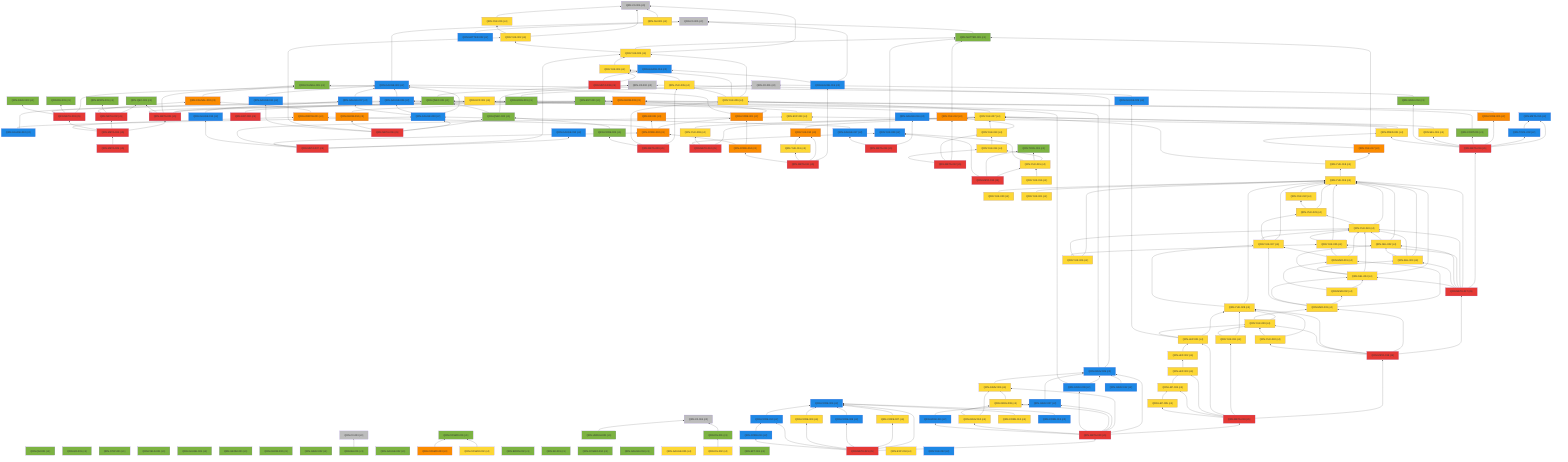
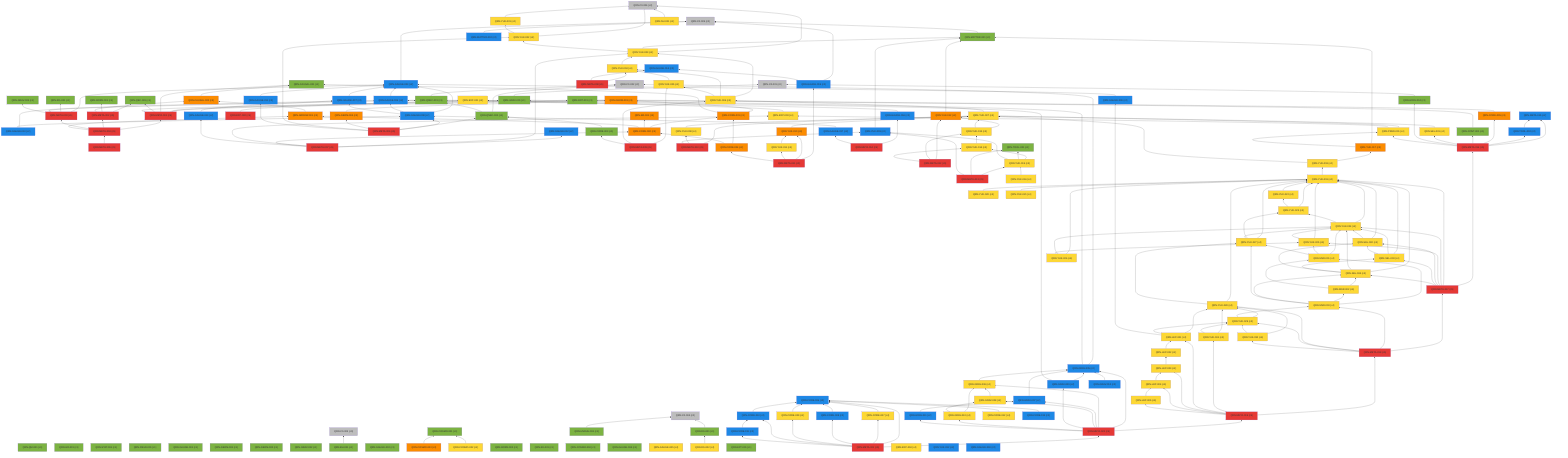
%% 自動生成 (dag/report.pl) — QRN 主張依存グラフ
graph BT
  QRN_C0_001["QRN-C0-001 (c0)"]:::c0
  QRN_C0_002["QRN-C0-002 (c0)"]:::c0
  QRN_C0_003["QRN-C0-003 (c0)"]:::c0
  QRN_C0_004["QRN-C0-004 (c0)"]:::c0
  QRN_C0_005["QRN-C0-005 (c0)"]:::c0
  QRN_C0_006["QRN-C0-006 (c0)"]:::c0
  QRN_QM_001["QRN-QM-001 (c1)"]:::c1
  QRN_GR_001["QRN-GR-001 (c1)"]:::c1
  QRN_STAT_001["QRN-STAT-001 (c1)"]:::c1
  QRN_FIELD_001["QRN-FIELD-001 (c1)"]:::c1
  QRN_GAUGE_001["QRN-GAUGE-001 (c1)"]:::c1
  QRN_ENT_001["QRN-ENT-001 (c1)"]:::c1
  QRN_GEOM_001["QRN-GEOM-001 (c1)"]:::c1
  QRN_GEOM_002["QRN-GEOM-002 (c1)"]:::c1
  QRN_GEOM_003["QRN-GEOM-003 (c3)"]:::c3
  QRN_GRAV_001["QRN-GRAV-001 (c1)"]:::c1
  QRN_GRAV_002["QRN-GRAV-002 (c1)"]:::c1
  QRN_BH_001["QRN-BH-001 (c1)"]:::c1
  QRN_CAUSAL_001["QRN-CAUSAL-001 (c1)"]:::c1
  QRN_CAUSAL_002["QRN-CAUSAL-002 (c3)"]:::c3
  QRN_ER_001["QRN-ER-001 (c3)"]:::c3
  QRN_QEC_001["QRN-QEC-001 (c1)"]:::c1
  QRN_GAUGE_002["QRN-GAUGE-002 (c1)"]:::c1
  QRN_COSMO_001["QRN-COSMO-001 (c1)"]:::c1
  QRN_COSMO_002["QRN-COSMO-002 (c4)"]:::c4
  QRN_COSMO_003["QRN-COSMO-003 (c3)"]:::c3
  QRN_BORN_001["QRN-BORN-001 (c1)"]:::c1
  QRN_BORN_002["QRN-BORN-002 (c1)"]:::c1
  QRN_GRAV_003["QRN-GRAV-003 (c1)"]:::c1
  QRN_KK_001["QRN-KK-001 (c1)"]:::c1
  QRN_MATTER_001["QRN-MATTER-001 (c1)"]:::c1
  QRN_MATTER_002["QRN-MATTER-002 (c2)"]:::c2
  QRN_COSMO_004["QRN-COSMO-004 (c1)"]:::c1
  QRN_EXP_001["QRN-EXP-001 (c4)"]:::c4
  QRN_GAUGE_003["QRN-GAUGE-003 (c2)"]:::c2
  QRN_GAUGE_004["QRN-GAUGE-004 (c1)"]:::c1
  QRN_GAUGE_005["QRN-GAUGE-005 (c4)"]:::c4
  QRN_YUK_001["QRN-YUK-001 (c4)"]:::c4
  QRN_RG_001["QRN-RG-001 (c1)"]:::c1
  QRN_UNRUH_001["QRN-UNRUH-001 (c1)"]:::c1
  QRN_QNEC_001["QRN-QNEC-001 (c1)"]:::c1
  QRN_NU_001["QRN-NU-001 (c4)"]:::c4
  QRN_GAUGE_006["QRN-GAUGE-006 (c2)"]:::c2
  QRN_DS_001["QRN-DS-001 (c1)"]:::c1
  QRN_DS_002["QRN-DS-002 (c4)"]:::c4
  QRN_ARROW_001["QRN-ARROW-001 (c3)"]:::c3
  QRN_GAUGE_007["QRN-GAUGE-007 (c2)"]:::c2
  QRN_EFT_001["QRN-EFT-001 (c1)"]:::c1
  QRN_GAUGE_008["QRN-GAUGE-008 (c2)"]:::c2
  QRN_GAUGE_009["QRN-GAUGE-009 (c2)"]:::c2
  QRN_GAUGE_010["QRN-GAUGE-010 (c2)"]:::c2
  QRN_QNEC_002["QRN-QNEC-002 (c1)"]:::c1
  QRN_GEOM_004["QRN-GEOM-004 (c3)"]:::c3
  QRN_YUK_002["QRN-YUK-002 (c4)"]:::c4
  QRN_EXP_002["QRN-EXP-002 (c5)"]:::c5
  QRN_CORE_001["QRN-CORE-001 (c3)"]:::c3
  QRN_GAUGE_011["QRN-GAUGE-011 (c2)"]:::c2
  QRN_GAUGE_012["QRN-GAUGE-012 (c2)"]:::c2
  QRN_YUK_003["QRN-YUK-003 (c4)"]:::c4
  QRN_EXP_003["QRN-EXP-003 (c4)"]:::c4
  QRN_CORE_002["QRN-CORE-002 (c3)"]:::c3
  QRN_GAUGE_013["QRN-GAUGE-013 (c2)"]:::c2
  QRN_YUK_004["QRN-YUK-004 (c4)"]:::c4
  QRN_GAUGE_014["QRN-GAUGE-014 (c2)"]:::c2
  QRN_META_001["QRN-META-001 (c5)"]:::c5
  QRN_META_002["QRN-META-002 (c5)"]:::c5
  QRN_META_003["QRN-META-003 (c5)"]:::c5
  QRN_META_004["QRN-META-004 (c5)"]:::c5
  QRN_META_005["QRN-META-005 (c5)"]:::c5
  QRN_META_006["QRN-META-006 (c5)"]:::c5
  QRN_META_007["QRN-META-007 (c5)"]:::c5
  QRN_META_008["QRN-META-008 (c5)"]:::c5
  QRN_YUK_005["QRN-YUK-005 (c4)"]:::c4
  QRN_YUK_006["QRN-YUK-006 (c4)"]:::c4
  QRN_CORE_003["QRN-CORE-003 (c1)"]:::c1
  QRN_META_009["QRN-META-009 (c5)"]:::c5
  QRN_YUK_007["QRN-YUK-007 (c4)"]:::c4
  QRN_YUK_008["QRN-YUK-008 (c4)"]:::c4
  QRN_YUK_009["QRN-YUK-009 (c2)"]:::c2
  QRN_META_010["QRN-META-010 (c5)"]:::c5
  QRN_GAUGE_015["QRN-GAUGE-015 (c2)"]:::c2
  QRN_YUK_010["QRN-YUK-010 (c3)"]:::c3
  QRN_YUK_011["QRN-YUK-011 (c4)"]:::c4
  QRN_CORE_004["QRN-CORE-004 (c3)"]:::c3
  QRN_META_011["QRN-META-011 (c5)"]:::c5
  QRN_YUK_012["QRN-YUK-012 (c3)"]:::c3
  QRN_YUK_013["QRN-YUK-013 (c4)"]:::c4
  QRN_YUK_014["QRN-YUK-014 (c4)"]:::c4
  QRN_META_012["QRN-META-012 (c5)"]:::c5
  QRN_TOOL_001["QRN-TOOL-001 (c1)"]:::c1
  QRN_YUK_015["QRN-YUK-015 (c4)"]:::c4
  QRN_META_013["QRN-META-013 (c5)"]:::c5
  QRN_GAUGE_016["QRN-GAUGE-016 (c2)"]:::c2
  QRN_GAUGE_017["QRN-GAUGE-017 (c2)"]:::c2
  QRN_META_014["QRN-META-014 (c5)"]:::c5
  QRN_META_015["QRN-META-015 (c2)"]:::c2
  QRN_TOOL_002["QRN-TOOL-002 (c2)"]:::c2
  QRN_CORE_005["QRN-CORE-005 (c3)"]:::c3
  QRN_CONT_001["QRN-CONT-001 (c1)"]:::c1
  QRN_SEL_001["QRN-SEL-001 (c4)"]:::c4
  QRN_GRAV_004["QRN-GRAV-004 (c1)"]:::c1
  QRN_PRED_001["QRN-PRED-001 (c4)"]:::c4
  QRN_META_016["QRN-META-016 (c5)"]:::c5
  QRN_YUK_016["QRN-YUK-016 (c4)"]:::c4
  QRN_YUK_017["QRN-YUK-017 (c3)"]:::c3
  QRN_YUK_018["QRN-YUK-018 (c4)"]:::c4
  QRN_YUK_019["QRN-YUK-019 (c4)"]:::c4
  QRN_YUK_020["QRN-YUK-020 (c4)"]:::c4
  QRN_YUK_021["QRN-YUK-021 (c4)"]:::c4
  QRN_YUK_022["QRN-YUK-022 (c4)"]:::c4
  QRN_YUK_023["QRN-YUK-023 (c4)"]:::c4
  QRN_YUK_024["QRN-YUK-024 (c4)"]:::c4
  QRN_YUK_025["QRN-YUK-025 (c4)"]:::c4
  QRN_SEL_002["QRN-SEL-002 (c4)"]:::c4
  QRN_SEL_003["QRN-SEL-003 (c4)"]:::c4
  QRN_SEL_004["QRN-SEL-004 (c4)"]:::c4
  QRN_META_017["QRN-META-017 (c5)"]:::c5
  QRN_YUK_026["QRN-YUK-026 (c4)"]:::c4
  QRN_YUK_027["QRN-YUK-027 (c4)"]:::c4
  QRN_MSR_001["QRN-MSR-001 (c4)"]:::c4
  QRN_MSR_002["QRN-MSR-002 (c4)"]:::c4
  QRN_MSR_003["QRN-MSR-003 (c4)"]:::c4
  QRN_YUK_028["QRN-YUK-028 (c4)"]:::c4
  QRN_YUK_029["QRN-YUK-029 (c4)"]:::c4
  QRN_YUK_030["QRN-YUK-030 (c4)"]:::c4
  QRN_META_018["QRN-META-018 (c5)"]:::c5
  QRN_YUK_031["QRN-YUK-031 (c4)"]:::c4
  QRN_LEP_001["QRN-LEP-001 (c4)"]:::c4
  QRN_LEP_002["QRN-LEP-002 (c4)"]:::c4
  QRN_LEP_003["QRN-LEP-003 (c4)"]:::c4
  QRN_LEP_004["QRN-LEP-004 (c4)"]:::c4
  QRN_LEP_005["QRN-LEP-005 (c4)"]:::c4
  QRN_META_019["QRN-META-019 (c5)"]:::c5
  QRN_GRAV_005["QRN-GRAV-005 (c2)"]:::c2
  QRN_GRAV_006["QRN-GRAV-006 (c4)"]:::c4
  QRN_GRAV_007["QRN-GRAV-007 (c2)"]:::c2
  QRN_GRAV_008["QRN-GRAV-008 (c4)"]:::c4
  QRN_GRAV_009["QRN-GRAV-009 (c2)"]:::c2
  QRN_GRAV_010["QRN-GRAV-010 (c4)"]:::c4
  QRN_GRAV_011["QRN-GRAV-011 (c2)"]:::c2
  QRN_META_020["QRN-META-020 (c5)"]:::c5
  QRN_CORE_006["QRN-CORE-006 (c2)"]:::c2
  QRN_CORE_007["QRN-CORE-007 (c4)"]:::c4
  QRN_CORE_008["QRN-CORE-008 (c2)"]:::c2
  QRN_CORE_009["QRN-CORE-009 (c4)"]:::c4
  QRN_CORE_010["QRN-CORE-010 (c2)"]:::c2
  QRN_CORE_011["QRN-CORE-011 (c2)"]:::c2
  QRN_META_021["QRN-META-021 (c5)"]:::c5
  QRN_CORE_012["QRN-CORE-012 (c4)"]:::c4
  QRN_EXP_004["QRN-EXP-004 (c4)"]:::c4
  QRN_CORE_013["QRN-CORE-013 (c2)"]:::c2
  QRN_GRAV_012["QRN-GRAV-012 (c2)"]:::c2
  QRN_YUK_032["QRN-YUK-032 (c2)"]:::c2
+   QRN_GAUGE_018["QRN-GAUGE-018 (c2)"]:::c2
  QRN_GRAV_001 --> QRN_C0_001
  QRN_BH_001 --> QRN_C0_003
  QRN_CAUSAL_002 --> QRN_CAUSAL_001
  QRN_COSMO_002 --> QRN_COSMO_001
  QRN_COSMO_003 --> QRN_COSMO_001
  QRN_MATTER_001 --> QRN_C0_005
  QRN_MATTER_002 --> QRN_C0_005
  QRN_GAUGE_003 --> QRN_C0_005
  QRN_YUK_001 --> QRN_C0_006
  QRN_UNRUH_001 --> QRN_C0_004
  QRN_QNEC_001 --> QRN_C0_002
  QRN_NU_001 --> QRN_C0_006
  QRN_GAUGE_006 --> QRN_GAUGE_003
  QRN_DS_001 --> QRN_C0_004
  QRN_DS_002 --> QRN_DS_001
  QRN_ARROW_001 --> QRN_CAUSAL_002
  QRN_GAUGE_007 --> QRN_GAUGE_003
  QRN_GAUGE_008 --> QRN_GAUGE_003
  QRN_GAUGE_008 --> QRN_GAUGE_006
  QRN_GAUGE_008 --> QRN_GAUGE_007
  QRN_GAUGE_009 --> QRN_GAUGE_003
  QRN_GAUGE_010 --> QRN_GAUGE_006
  QRN_GAUGE_010 --> QRN_GAUGE_008
  QRN_QNEC_002 --> QRN_C0_002
  QRN_QNEC_002 --> QRN_QNEC_001
  QRN_GEOM_004 --> QRN_GEOM_003
  QRN_YUK_002 --> QRN_C0_006
  QRN_YUK_002 --> QRN_YUK_001
  QRN_EXP_002 --> QRN_EXP_001
  QRN_CORE_001 --> QRN_GEOM_003
  QRN_CORE_001 --> QRN_CAUSAL_001
  QRN_GAUGE_011 --> QRN_GAUGE_003
  QRN_YUK_003 --> QRN_C0_006
  QRN_YUK_003 --> QRN_MATTER_001
  QRN_YUK_003 --> QRN_YUK_002
  QRN_EXP_003 --> QRN_EXP_001
  QRN_CORE_002 --> QRN_CORE_001
  QRN_CORE_002 --> QRN_ER_001
  QRN_CORE_002 --> QRN_ARROW_001
  QRN_GAUGE_013 --> QRN_GAUGE_007
  QRN_YUK_004 --> QRN_YUK_003
  QRN_META_001 --> QRN_GEOM_003
  QRN_META_001 --> QRN_GRAV_001
  QRN_META_001 --> QRN_CAUSAL_001
  QRN_META_001 --> QRN_QEC_001
  QRN_META_001 --> QRN_ENT_001
  QRN_META_002 --> QRN_QEC_001
  QRN_META_002 --> QRN_BORN_001
  QRN_META_002 --> QRN_CAUSAL_002
  QRN_META_003 --> QRN_GAUGE_003
  QRN_META_003 --> QRN_RG_001
  QRN_META_003 --> QRN_QNEC_001
  QRN_META_003 --> QRN_GRAV_003
  QRN_META_004 --> QRN_META_001
  QRN_META_004 --> QRN_META_002
  QRN_META_004 --> QRN_META_003
  QRN_META_004 --> QRN_ARROW_001
  QRN_META_005 --> QRN_META_004
  QRN_META_006 --> QRN_GAUGE_008
  QRN_META_006 --> QRN_QNEC_002
  QRN_META_006 --> QRN_GEOM_004
  QRN_META_006 --> QRN_YUK_002
  QRN_META_006 --> QRN_GAUGE_011
  QRN_META_007 --> QRN_GAUGE_012
  QRN_META_007 --> QRN_YUK_003
  QRN_META_007 --> QRN_EXP_003
  QRN_META_007 --> QRN_CORE_002
  QRN_META_007 --> QRN_GAUGE_013
  QRN_META_008 --> QRN_YUK_004
  QRN_META_008 --> QRN_GAUGE_014
  QRN_YUK_005 --> QRN_YUK_004
  QRN_YUK_006 --> QRN_YUK_003
  QRN_YUK_006 --> QRN_YUK_004
  QRN_YUK_006 --> QRN_YUK_005
  QRN_CORE_003 --> QRN_QNEC_002
  QRN_META_009 --> QRN_YUK_005
  QRN_META_009 --> QRN_YUK_006
  QRN_META_009 --> QRN_CORE_003
  QRN_YUK_007 --> QRN_YUK_006
  QRN_YUK_008 --> QRN_YUK_007
  QRN_YUK_009 --> QRN_MATTER_001
  QRN_META_010 --> QRN_YUK_007
  QRN_META_010 --> QRN_YUK_008
  QRN_META_010 --> QRN_YUK_009
  QRN_GAUGE_015 --> QRN_C0_005
  QRN_GAUGE_015 --> QRN_GAUGE_014
  QRN_YUK_010 --> QRN_YUK_007
  QRN_YUK_011 --> QRN_YUK_010
  QRN_CORE_004 --> QRN_CORE_001
  QRN_CORE_004 --> QRN_CORE_002
  QRN_META_011 --> QRN_GAUGE_015
  QRN_META_011 --> QRN_YUK_010
  QRN_META_011 --> QRN_YUK_011
  QRN_META_011 --> QRN_CORE_004
  QRN_YUK_012 --> QRN_MATTER_001
  QRN_YUK_013 --> QRN_YUK_012
  QRN_YUK_013 --> QRN_YUK_007
  QRN_YUK_014 --> QRN_YUK_013
  QRN_META_012 --> QRN_YUK_012
  QRN_META_012 --> QRN_YUK_013
  QRN_META_012 --> QRN_YUK_014
  QRN_YUK_015 --> QRN_YUK_014
  QRN_YUK_015 --> QRN_TOOL_001
  QRN_YUK_015 --> QRN_YUK_009
  QRN_META_013 --> QRN_YUK_015
  QRN_META_013 --> QRN_TOOL_001
  QRN_META_013 --> QRN_YUK_009
  QRN_GAUGE_016 --> QRN_GAUGE_006
  QRN_GAUGE_017 --> QRN_GAUGE_008
  QRN_META_014 --> QRN_GAUGE_016
  QRN_META_014 --> QRN_GAUGE_017
  QRN_TOOL_002 --> QRN_META_015
  QRN_CORE_005 --> QRN_GEOM_003
  QRN_CONT_001 --> QRN_ENT_001
  QRN_SEL_001 --> QRN_YUK_007
  QRN_GRAV_004 --> QRN_C0_001
  QRN_PRED_001 --> QRN_YUK_007
  QRN_PRED_001 --> QRN_EXP_003
  QRN_META_016 --> QRN_META_015
  QRN_META_016 --> QRN_TOOL_002
  QRN_META_016 --> QRN_CORE_005
  QRN_META_016 --> QRN_CONT_001
  QRN_META_016 --> QRN_SEL_001
  QRN_META_016 --> QRN_GRAV_004
  QRN_META_016 --> QRN_PRED_001
  QRN_YUK_016 --> QRN_YUK_015
  QRN_YUK_017 --> QRN_MATTER_001
  QRN_YUK_017 --> QRN_PRED_001
  QRN_YUK_018 --> QRN_YUK_017
  QRN_YUK_018 --> QRN_YUK_007
  QRN_YUK_019 --> QRN_YUK_018
  QRN_YUK_020 --> QRN_YUK_019
  QRN_YUK_021 --> QRN_YUK_019
  QRN_YUK_022 --> QRN_YUK_019
  QRN_YUK_023 --> QRN_YUK_019
  QRN_YUK_023 --> QRN_YUK_022
  QRN_YUK_024 --> QRN_YUK_019
  QRN_YUK_024 --> QRN_YUK_023
  QRN_YUK_025 --> QRN_YUK_019
  QRN_YUK_025 --> QRN_YUK_024
  QRN_SEL_002 --> QRN_YUK_019
  QRN_SEL_002 --> QRN_YUK_024
  QRN_SEL_003 --> QRN_YUK_019
  QRN_SEL_003 --> QRN_YUK_024
  QRN_SEL_003 --> QRN_SEL_002
  QRN_SEL_004 --> QRN_YUK_019
  QRN_SEL_004 --> QRN_YUK_024
  QRN_SEL_004 --> QRN_SEL_002
  QRN_SEL_004 --> QRN_SEL_003
  QRN_META_017 --> QRN_META_016
  QRN_META_017 --> QRN_YUK_019
  QRN_META_017 --> QRN_YUK_024
  QRN_META_017 --> QRN_YUK_025
  QRN_META_017 --> QRN_SEL_002
  QRN_META_017 --> QRN_SEL_003
  QRN_META_017 --> QRN_SEL_004
  QRN_YUK_026 --> QRN_YUK_019
  QRN_YUK_026 --> QRN_YUK_024
  QRN_YUK_026 --> QRN_YUK_025
  QRN_YUK_027 --> QRN_YUK_019
  QRN_YUK_027 --> QRN_YUK_023
  QRN_YUK_027 --> QRN_YUK_024
  QRN_MSR_001 --> QRN_YUK_024
  QRN_MSR_001 --> QRN_YUK_025
  QRN_MSR_001 --> QRN_YUK_027
  QRN_MSR_002 --> QRN_SEL_004
  QRN_MSR_002 --> QRN_MSR_001
  QRN_MSR_003 --> QRN_MSR_001
  QRN_MSR_003 --> QRN_MSR_002
  QRN_MSR_003 --> QRN_SEL_004
  QRN_MSR_003 --> QRN_YUK_027
  QRN_YUK_028 --> QRN_YUK_019
  QRN_YUK_028 --> QRN_YUK_027
  QRN_YUK_029 --> QRN_YUK_028
  QRN_YUK_029 --> QRN_MSR_003
  QRN_YUK_030 --> QRN_YUK_028
  QRN_YUK_030 --> QRN_YUK_029
  QRN_META_018 --> QRN_META_017
  QRN_META_018 --> QRN_MSR_003
  QRN_META_018 --> QRN_YUK_028
  QRN_META_018 --> QRN_YUK_029
  QRN_META_018 --> QRN_YUK_030
  QRN_YUK_031 --> QRN_YUK_028
  QRN_YUK_031 --> QRN_YUK_029
  QRN_LEP_001 --> QRN_YUK_028
  QRN_LEP_001 --> QRN_YUK_029
  QRN_LEP_001 --> QRN_GAUGE_009
  QRN_LEP_002 --> QRN_LEP_001
  QRN_LEP_003 --> QRN_LEP_002
  QRN_LEP_004 --> QRN_LEP_003
  QRN_LEP_005 --> QRN_LEP_004
  QRN_META_019 --> QRN_META_018
  QRN_META_019 --> QRN_YUK_031
  QRN_META_019 --> QRN_LEP_001
  QRN_META_019 --> QRN_LEP_003
  QRN_META_019 --> QRN_LEP_004
  QRN_META_019 --> QRN_LEP_005
  QRN_GRAV_005 --> QRN_C0_002
  QRN_GRAV_005 --> QRN_GRAV_001
  QRN_GRAV_006 --> QRN_GRAV_005
  QRN_GRAV_007 --> QRN_GRAV_005
  QRN_GRAV_008 --> QRN_GRAV_006
  QRN_GRAV_009 --> QRN_GRAV_005
  QRN_GRAV_009 --> QRN_QNEC_001
  QRN_GRAV_010 --> QRN_GRAV_006
  QRN_GRAV_010 --> QRN_GRAV_008
  QRN_GRAV_011 --> QRN_GRAV_007
  QRN_META_020 --> QRN_META_019
  QRN_META_020 --> QRN_GRAV_005
  QRN_META_020 --> QRN_GRAV_006
  QRN_META_020 --> QRN_GRAV_007
  QRN_META_020 --> QRN_GRAV_008
  QRN_META_020 --> QRN_GRAV_009
  QRN_META_020 --> QRN_GRAV_010
  QRN_META_020 --> QRN_GRAV_011
  QRN_CORE_007 --> QRN_CORE_006
  QRN_CORE_008 --> QRN_CORE_006
  QRN_CORE_009 --> QRN_CORE_006
  QRN_CORE_010 --> QRN_CORE_006
  QRN_CORE_011 --> QRN_CORE_010
  QRN_META_021 --> QRN_META_020
  QRN_META_021 --> QRN_CORE_006
  QRN_META_021 --> QRN_CORE_007
  QRN_META_021 --> QRN_CORE_008
  QRN_META_021 --> QRN_CORE_009
  QRN_META_021 --> QRN_CORE_010
  QRN_META_021 --> QRN_CORE_011
  QRN_CORE_012 --> QRN_CORE_006
  QRN_CORE_013 --> QRN_CORE_006
  QRN_GRAV_012 --> QRN_GRAV_005
  classDef c0 fill:#bdbdbd
  classDef c1 fill:#7cb342
  classDef c2 fill:#1e88e5
  classDef c3 fill:#fb8c00
  classDef c4 fill:#fdd835
  classDef c5 fill:#e53935
